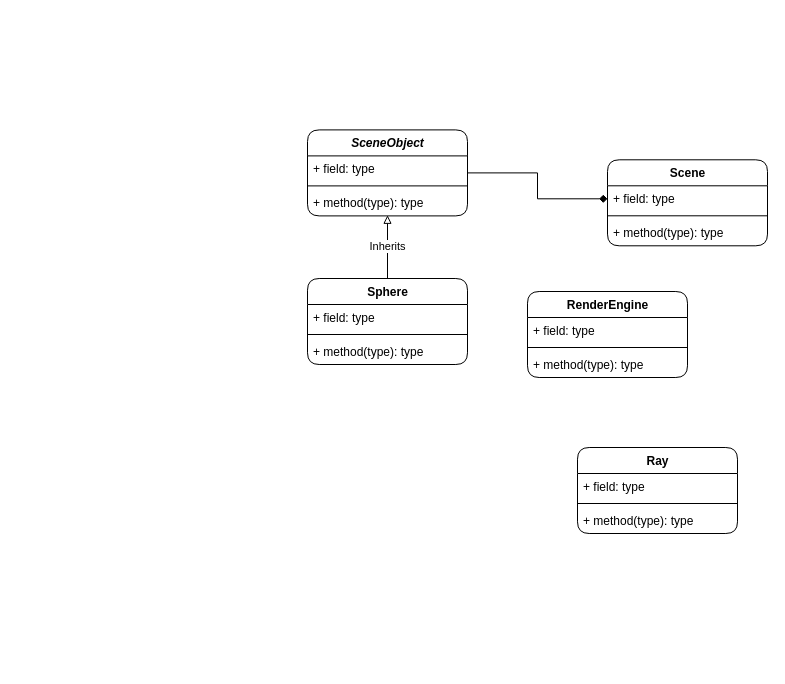
This is main_uml.drawio from ThomasVallentin/Bounce, a draw.io file, before an edit. Source tidied: cells renumbered, new cells numbered last; positions are measured from the earlier drawing's top-left corner, leaving out a move shared by most shapes. Both pictures are drawn from the tidied source at 100%, with x=0, y=0 at pixel (307, 129).
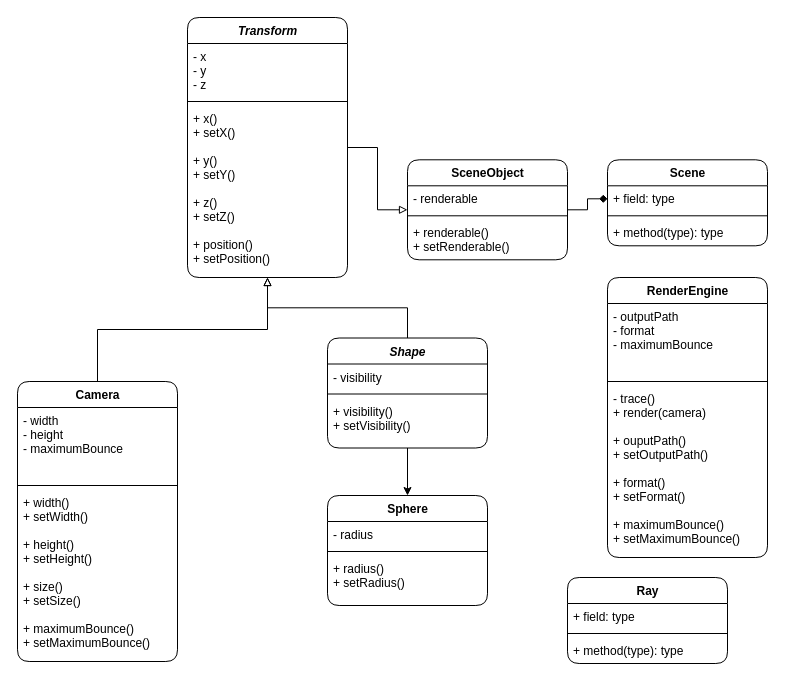
The same page after the edit.

Commit message:
starting to fill attributes and methods

The change refers to these unchanged cells:
```xml
<mxCell id="11" value="+ field: type" style="text;strokeColor=none;fillColor=none;align=left;verticalAlign=top;spacingLeft=4;spacingRight=4;overflow=hidden;points=[[0,0.5],[1,0.5]];portConstraint=eastwest;labelBackgroundColor=none;" parent="10" vertex="1">
  <mxGeometry y="26" width="160" height="26" as="geometry" />
</mxCell>
```

Diff of the diagram source:
```diff
@@
     <mxCell id="2" value="Ray" style="swimlane;fontStyle=1;align=center;verticalAlign=top;horizontal=1;startSize=26;rounded=1;html=1;swimlaneLine=1;fillColor=#ffffff;swimlaneFillColor=#ffffff;labelBackgroundColor=none;labelBorderColor=none;" parent="1" vertex="1">
-      <mxGeometry x="270" y="318" width="160" height="86" as="geometry" />
+      <mxGeometry x="260" y="448" width="160" height="86" as="geometry" />
     </mxCell>
@@
+    <mxCell id="24" style="edgeStyle=orthogonalEdgeStyle;rounded=0;jettySize=auto;html=1;exitX=0.5;exitY=0;exitDx=0;exitDy=0;endArrow=block;endFill=0;" parent="1" edge="1" source="6" target="15">
+      <mxGeometry relative="1" as="geometry" />
+    </mxCell>
-    <mxCell id="6" value="RenderEngine" style="swimlane;fontStyle=1;align=center;verticalAlign=top;horizontal=1;startSize=26;rounded=1;html=1;swimlaneLine=1;fillColor=#ffffff;" parent="1" vertex="1">
-      <mxGeometry x="220" y="162" width="160" height="86" as="geometry" />
+    <mxCell id="6" value="Camera" style="swimlane;fontStyle=1;align=center;verticalAlign=top;horizontal=1;startSize=26;rounded=1;html=1;swimlaneLine=1;fillColor=#ffffff;" parent="1" vertex="1">
+      <mxGeometry x="-290" y="252" width="160" height="280" as="geometry" />
     </mxCell>
-    <mxCell id="7" value="+ field: type" style="text;strokeColor=none;fillColor=none;align=left;verticalAlign=top;spacingLeft=4;spacingRight=4;overflow=hidden;" parent="6" vertex="1">
-      <mxGeometry y="26" width="160" height="26" as="geometry" />
+    <mxCell id="7" value="- width&#10;- height&#10;- maximumBounce&#10;&#10;" style="text;strokeColor=none;fillColor=none;align=left;verticalAlign=top;spacingLeft=4;spacingRight=4;overflow=hidden;" parent="6" vertex="1">
+      <mxGeometry y="26" width="160" height="74" as="geometry" />
     </mxCell>
     <mxCell id="8" style="line;strokeWidth=1;fillColor=none;align=left;verticalAlign=middle;spacingTop=-1;spacingLeft=3;spacingRight=3;labelPosition=right;" parent="6" vertex="1">
-      <mxGeometry y="52" width="160" height="8" as="geometry" />
+      <mxGeometry y="100" width="160" height="8" as="geometry" />
     </mxCell>
-    <mxCell id="9" value="+ method(type): type" style="text;strokeColor=none;fillColor=none;align=left;verticalAlign=top;spacingLeft=4;spacingRight=4;overflow=hidden;" parent="6" vertex="1">
-      <mxGeometry y="60" width="160" height="26" as="geometry" />
+    <mxCell id="9" value="+ width()&#10;+ setWidth()&#10;&#10;+ height()&#10;+ setHeight()&#10;&#10;+ size()&#10;+ setSize()&#10;&#10;+ maximumBounce()&#10;+ setMaximumBounce()" style="text;strokeColor=none;fillColor=none;align=left;verticalAlign=top;spacingLeft=4;spacingRight=4;overflow=hidden;" parent="6" vertex="1">
+      <mxGeometry y="108" width="160" height="172" as="geometry" />
     </mxCell>
@@
-    <mxCell id="14" style="edgeStyle=orthogonalEdgeStyle;rounded=0;jettySize=auto;html=1;entryX=0;entryY=0.5;entryDx=0;entryDy=0;endArrow=diamond;endFill=1;elbow=vertical;" parent="1" edge="1" source="15" target="11">
+    <mxCell id="14" style="edgeStyle=orthogonalEdgeStyle;rounded=0;jettySize=auto;html=1;entryX=0;entryY=0.5;entryDx=0;entryDy=0;endArrow=diamond;endFill=1;elbow=vertical;" parent="1" edge="1" source="35" target="11">
       <mxGeometry relative="1" as="geometry" />
     </mxCell>
-    <mxCell id="15" value="&lt;i&gt;SceneObject&lt;/i&gt;" style="swimlane;fontStyle=1;align=center;verticalAlign=top;horizontal=1;startSize=26;rounded=1;html=1;swimlaneLine=1;fillColor=#ffffff;swimlaneFillColor=#ffffff;labelBackgroundColor=none;labelBorderColor=none;" parent="1" vertex="1">
-      <mxGeometry y="0.4" width="160" height="86" as="geometry" />
+    <mxCell id="15" value="&lt;i&gt;Transform&lt;/i&gt;" style="swimlane;fontStyle=1;align=center;verticalAlign=top;horizontal=1;startSize=26;rounded=1;html=1;swimlaneLine=1;fillColor=#ffffff;swimlaneFillColor=#ffffff;labelBackgroundColor=none;labelBorderColor=none;" parent="1" vertex="1">
+      <mxGeometry x="-120" y="-112" width="160" height="260" as="geometry" />
     </mxCell>
-    <mxCell id="16" value="+ field: type" style="text;strokeColor=none;fillColor=none;align=left;verticalAlign=top;spacingLeft=4;spacingRight=4;overflow=hidden;labelBackgroundColor=none;" parent="15" vertex="1">
-      <mxGeometry y="26" width="160" height="26" as="geometry" />
+    <mxCell id="16" value="- x&#10;- y&#10;- z" style="text;strokeColor=none;fillColor=none;align=left;verticalAlign=top;spacingLeft=4;spacingRight=4;overflow=hidden;labelBackgroundColor=none;" parent="15" vertex="1">
+      <mxGeometry y="26" width="160" height="54" as="geometry" />
     </mxCell>
     <mxCell id="17" style="line;strokeWidth=1;fillColor=none;align=left;verticalAlign=middle;spacingTop=-1;spacingLeft=3;spacingRight=3;labelPosition=right;" parent="15" vertex="1">
-      <mxGeometry y="52" width="160" height="8" as="geometry" />
+      <mxGeometry y="80" width="160" height="8" as="geometry" />
     </mxCell>
-    <mxCell id="18" value="+ method(type): type" style="text;strokeColor=none;fillColor=none;align=left;verticalAlign=top;spacingLeft=4;spacingRight=4;overflow=hidden;points=[[0,0.5],[1,0.5]];portConstraint=eastwest;" parent="15" vertex="1">
-      <mxGeometry y="60" width="160" height="26" as="geometry" />
+    <mxCell id="18" value="+ x()&#10;+ setX()&#10;&#10;+ y()&#10;+ setY()&#10;&#10;+ z()&#10;+ setZ()&#10;&#10;+ position()&#10;+ setPosition()&#10;" style="text;strokeColor=none;fillColor=none;align=left;verticalAlign=top;spacingLeft=4;spacingRight=4;overflow=hidden;points=[[0,0.5],[1,0.5]];portConstraint=eastwest;" parent="15" vertex="1">
+      <mxGeometry y="88" width="160" height="172" as="geometry" />
     </mxCell>
-    <mxCell id="19" value="Inherits" style="edgeStyle=orthogonalEdgeStyle;rounded=0;jettySize=auto;html=1;entryX=0.5;entryY=0.976;entryDx=0;entryDy=0;entryPerimeter=0;endArrow=block;endFill=0;" parent="1" edge="1" source="20" target="18">
-      <mxGeometry relative="1" as="geometry" />
-    </mxCell>
+    <mxCell id="25" style="edgeStyle=orthogonalEdgeStyle;rounded=0;jettySize=auto;html=1;endArrow=block;endFill=0;" parent="1" edge="1" source="20" target="15">
+      <mxGeometry relative="1" as="geometry" />
+    </mxCell>
+    <mxCell id="26" style="edgeStyle=orthogonalEdgeStyle;rounded=0;jettySize=auto;html=1;" parent="1" edge="1" source="20" target="27">
+      <mxGeometry relative="1" as="geometry" />
+    </mxCell>
-    <mxCell id="20" value="Sphere" style="swimlane;fontStyle=1;align=center;verticalAlign=top;horizontal=1;startSize=26;rounded=1;html=1;swimlaneLine=1;fillColor=#ffffff;swimlaneFillColor=#ffffff;labelBackgroundColor=none;labelBorderColor=none;" parent="1" vertex="1">
-      <mxGeometry y="149" width="160" height="86" as="geometry" />
+    <mxCell id="20" value="Shape" style="swimlane;fontStyle=3;align=center;verticalAlign=top;horizontal=1;startSize=26;rounded=1;html=1;swimlaneLine=1;fillColor=#ffffff;swimlaneFillColor=#ffffff;labelBackgroundColor=none;labelBorderColor=none;" parent="1" vertex="1">
+      <mxGeometry x="20" y="208.5" width="160" height="110" as="geometry" />
     </mxCell>
-    <mxCell id="21" value="+ field: type" style="text;strokeColor=none;fillColor=none;align=left;verticalAlign=top;spacingLeft=4;spacingRight=4;overflow=hidden;labelBackgroundColor=none;" parent="20" vertex="1">
+    <mxCell id="21" value="- visibility" style="text;strokeColor=none;fillColor=none;align=left;verticalAlign=top;spacingLeft=4;spacingRight=4;overflow=hidden;labelBackgroundColor=none;" parent="20" vertex="1">
       <mxGeometry y="26" width="160" height="26" as="geometry" />
     </mxCell>
@@
-    <mxCell id="23" value="+ method(type): type" style="text;strokeColor=none;fillColor=none;align=left;verticalAlign=top;spacingLeft=4;spacingRight=4;overflow=hidden;" parent="20" vertex="1">
-      <mxGeometry y="60" width="160" height="26" as="geometry" />
+    <mxCell id="23" value="+ visibility()&#10;+ setVisibility()" style="text;strokeColor=none;fillColor=none;align=left;verticalAlign=top;spacingLeft=4;spacingRight=4;overflow=hidden;" parent="20" vertex="1">
+      <mxGeometry y="60" width="160" height="50" as="geometry" />
     </mxCell>
+    <mxCell id="27" value="Sphere" style="swimlane;fontStyle=1;align=center;verticalAlign=top;horizontal=1;startSize=26;rounded=1;html=1;swimlaneLine=1;fillColor=#ffffff;swimlaneFillColor=#ffffff;labelBackgroundColor=none;labelBorderColor=none;" parent="1" vertex="1">
+      <mxGeometry x="20" y="366" width="160" height="110" as="geometry" />
+    </mxCell>
+    <mxCell id="28" value="- radius" style="text;strokeColor=none;fillColor=none;align=left;verticalAlign=top;spacingLeft=4;spacingRight=4;overflow=hidden;labelBackgroundColor=none;" parent="27" vertex="1">
+      <mxGeometry y="26" width="160" height="26" as="geometry" />
+    </mxCell>
+    <mxCell id="29" style="line;strokeWidth=1;fillColor=none;align=left;verticalAlign=middle;spacingTop=-1;spacingLeft=3;spacingRight=3;labelPosition=right;" parent="27" vertex="1">
+      <mxGeometry y="52" width="160" height="8" as="geometry" />
+    </mxCell>
+    <mxCell id="30" value="+ radius()&#10;+ setRadius()" style="text;strokeColor=none;fillColor=none;align=left;verticalAlign=top;spacingLeft=4;spacingRight=4;overflow=hidden;" parent="27" vertex="1">
+      <mxGeometry y="60" width="160" height="50" as="geometry" />
+    </mxCell>
+    <mxCell id="31" value="RenderEngine" style="swimlane;fontStyle=1;align=center;verticalAlign=top;horizontal=1;startSize=26;rounded=1;html=1;swimlaneLine=1;fillColor=#ffffff;" parent="1" vertex="1">
+      <mxGeometry x="300" y="148" width="160" height="280" as="geometry" />
+    </mxCell>
+    <mxCell id="32" value="- outputPath&#10;- format&#10;- maximumBounce" style="text;strokeColor=none;fillColor=none;align=left;verticalAlign=top;spacingLeft=4;spacingRight=4;overflow=hidden;" parent="31" vertex="1">
+      <mxGeometry y="26" width="160" height="74" as="geometry" />
+    </mxCell>
+    <mxCell id="33" style="line;strokeWidth=1;fillColor=none;align=left;verticalAlign=middle;spacingTop=-1;spacingLeft=3;spacingRight=3;labelPosition=right;" parent="31" vertex="1">
+      <mxGeometry y="100" width="160" height="8" as="geometry" />
+    </mxCell>
+    <mxCell id="34" value="- trace()&#10;+ render(camera)&#10;&#10;+ ouputPath()&#10;+ setOutputPath()&#10;&#10;+ format()&#10;+ setFormat()&#10;&#10;+ maximumBounce()&#10;+ setMaximumBounce()" style="text;strokeColor=none;fillColor=none;align=left;verticalAlign=top;spacingLeft=4;spacingRight=4;overflow=hidden;" parent="31" vertex="1">
+      <mxGeometry y="108" width="160" height="172" as="geometry" />
+    </mxCell>
+    <mxCell id="35" value="SceneObject" style="swimlane;fontStyle=1;align=center;verticalAlign=top;horizontal=1;startSize=26;rounded=1;html=1;swimlaneLine=1;fillColor=#ffffff;swimlaneFillColor=#ffffff;labelBackgroundColor=none;labelBorderColor=none;" parent="1" vertex="1">
+      <mxGeometry x="100" y="30.3" width="160" height="100" as="geometry" />
+    </mxCell>
+    <mxCell id="36" value="- renderable" style="text;strokeColor=none;fillColor=none;align=left;verticalAlign=top;spacingLeft=4;spacingRight=4;overflow=hidden;labelBackgroundColor=none;" parent="35" vertex="1">
+      <mxGeometry y="26" width="160" height="26" as="geometry" />
+    </mxCell>
+    <mxCell id="37" style="line;strokeWidth=1;fillColor=none;align=left;verticalAlign=middle;spacingTop=-1;spacingLeft=3;spacingRight=3;labelPosition=right;" parent="35" vertex="1">
+      <mxGeometry y="52" width="160" height="8" as="geometry" />
+    </mxCell>
+    <mxCell id="38" value="+ renderable()&#10;+ setRenderable()" style="text;strokeColor=none;fillColor=none;align=left;verticalAlign=top;spacingLeft=4;spacingRight=4;overflow=hidden;" parent="35" vertex="1">
+      <mxGeometry y="60" width="160" height="40" as="geometry" />
+    </mxCell>
+    <mxCell id="39" style="edgeStyle=orthogonalEdgeStyle;rounded=0;jettySize=auto;html=1;entryX=0;entryY=0.5;entryDx=0;entryDy=0;endArrow=block;endFill=0;elbow=vertical;" parent="1" edge="1" source="15" target="35">
+      <mxGeometry relative="1" as="geometry" />
+    </mxCell>
```
